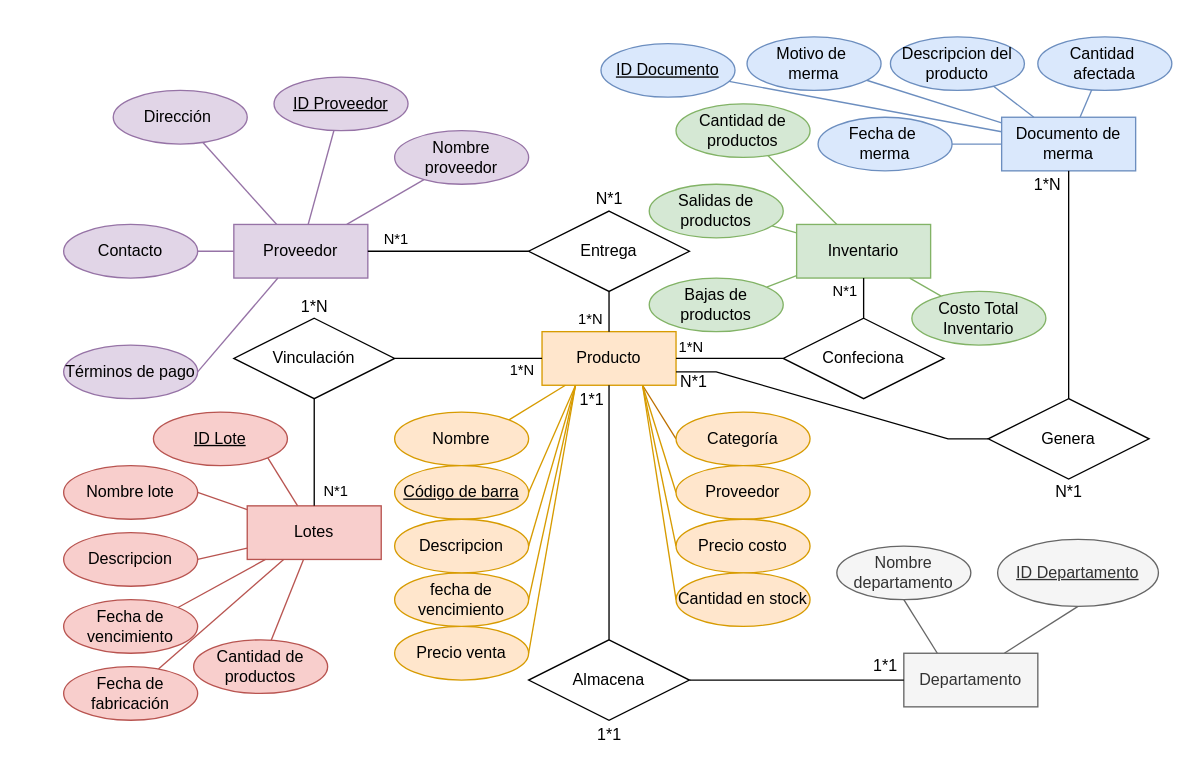
Before: page "Página-3" (2 of 3) of Diagrama de colaboracion.drawio in JotaMont/Evaluacion-2-Front-End, a draw.io diagram. Source tidied: cells renumbered, new cells numbered last; positions are measured from the earlier drawing's top-left corner, leaving out a move shared by most shapes. Both pictures are drawn from the tidied source at 134%, with x=0, y=0 at pixel (63, 36).
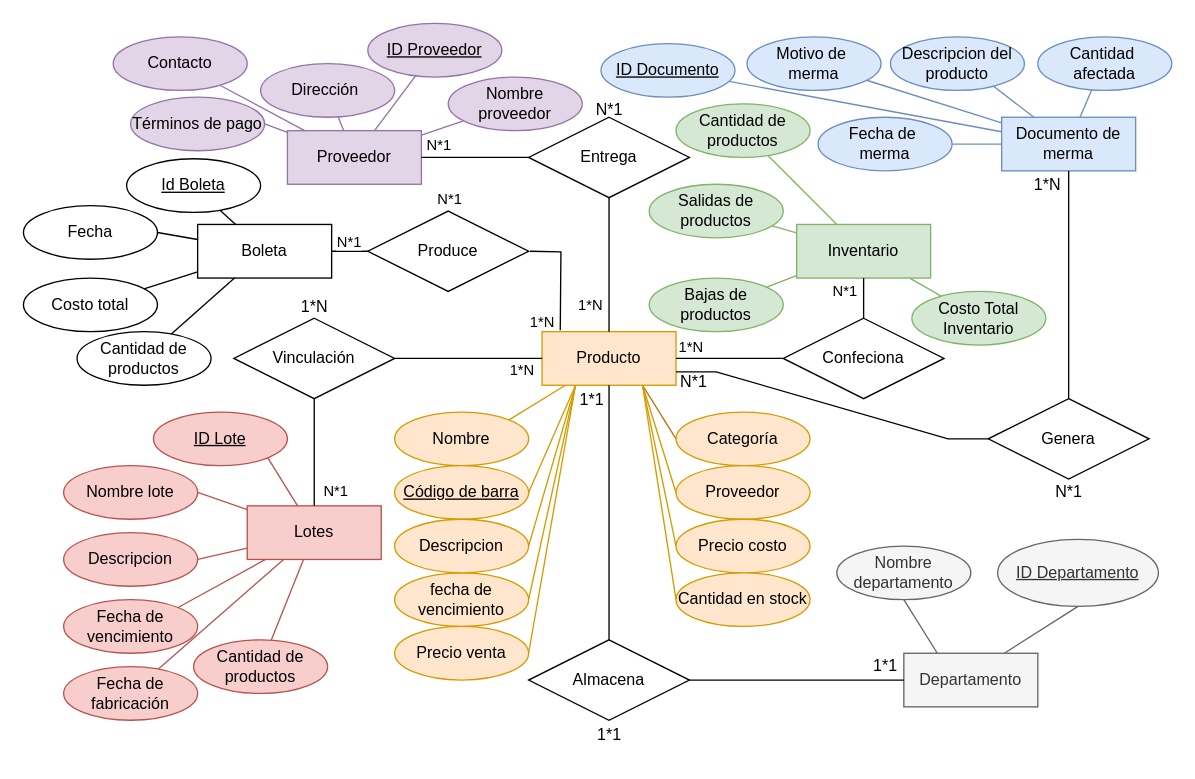
The same diagram, later.

Diff of the diagram source:
```diff
@@
     <mxCell id="2" value="Proveedor" style="whiteSpace=wrap;html=1;align=center;fillColor=#e1d5e7;strokeColor=#9673a6;" parent="1" vertex="1">
-      <mxGeometry x="127" y="140" width="100" height="40" as="geometry" />
+      <mxGeometry x="167" y="70" width="100" height="40" as="geometry" />
     </mxCell>
@@
     <mxCell id="22" value="Nombre proveedor" style="ellipse;whiteSpace=wrap;html=1;align=center;fillColor=#e1d5e7;strokeColor=#9673a6;" parent="1" vertex="1">
-      <mxGeometry x="247" y="70" width="100" height="40" as="geometry" />
+      <mxGeometry x="287" y="30" width="100" height="40" as="geometry" />
     </mxCell>
@@
     <mxCell id="24" value="ID Proveedor" style="ellipse;whiteSpace=wrap;html=1;align=center;fontStyle=4;fillColor=#e1d5e7;strokeColor=#9673a6;" parent="1" vertex="1">
-      <mxGeometry x="157" y="30" width="100" height="40" as="geometry" />
+      <mxGeometry x="227" y="-10" width="100" height="40" as="geometry" />
     </mxCell>
@@
     <mxCell id="26" value="Dirección&amp;nbsp;" style="ellipse;whiteSpace=wrap;html=1;align=center;fillColor=#e1d5e7;strokeColor=#9673a6;" parent="1" vertex="1">
-      <mxGeometry x="37" y="40" width="100" height="40" as="geometry" />
+      <mxGeometry x="147" y="20" width="100" height="40" as="geometry" />
     </mxCell>
@@
     <mxCell id="28" value="Contacto" style="ellipse;whiteSpace=wrap;html=1;align=center;fillColor=#e1d5e7;strokeColor=#9673a6;" parent="1" vertex="1">
-      <mxGeometry y="140" width="100" height="40" as="geometry" />
+      <mxGeometry x="37" width="100" height="40" as="geometry" />
     </mxCell>
@@
     <mxCell id="30" value="Términos de pago" style="ellipse;whiteSpace=wrap;html=1;align=center;fillColor=#e1d5e7;strokeColor=#9673a6;" parent="1" vertex="1">
-      <mxGeometry y="230" width="100" height="40" as="geometry" />
+      <mxGeometry x="50" y="45" width="100" height="40" as="geometry" />
     </mxCell>
@@
     <mxCell id="47" value="Entrega" style="shape=rhombus;perimeter=rhombusPerimeter;whiteSpace=wrap;html=1;align=center;" parent="1" vertex="1">
-      <mxGeometry x="347" y="130" width="120" height="60" as="geometry" />
+      <mxGeometry x="347" y="60" width="120" height="60" as="geometry" />
     </mxCell>
@@
     <mxCell id="71" value="N*1" style="text;html=1;align=center;verticalAlign=middle;strokeColor=none;fillColor=none;" parent="1" vertex="1">
-      <mxGeometry x="387" y="106" width="40" height="30" as="geometry" />
+      <mxGeometry x="387" y="40" width="40" height="30" as="geometry" />
     </mxCell>
@@
+    <mxCell id="100" style="edgeStyle=orthogonalEdgeStyle;rounded=0;jettySize=auto;html=1;exitX=0;exitY=0.5;exitDx=0;exitDy=0;entryX=1;entryY=0.5;entryDx=0;entryDy=0;endArrow=none;endFill=0;" parent="1" edge="1" source="101" target="103">
+      <mxGeometry relative="1" as="geometry" />
+    </mxCell>
+    <mxCell id="101" value="Produce" style="shape=rhombus;perimeter=rhombusPerimeter;whiteSpace=wrap;html=1;align=center;" parent="1" vertex="1">
+      <mxGeometry x="227" y="130" width="120" height="60" as="geometry" />
+    </mxCell>
+    <mxCell id="102" style="edgeStyle=orthogonalEdgeStyle;rounded=0;orthogonalLoop=1;jettySize=auto;html=1;exitX=1;exitY=0.5;exitDx=0;exitDy=0;entryX=0.126;entryY=-0.025;entryDx=0;entryDy=0;entryPerimeter=0;endArrow=none;endFill=0;" parent="1" edge="1">
+      <mxGeometry relative="1" as="geometry">
+        <mxPoint x="348" y="160" as="sourcePoint" />
+        <mxPoint x="370.6" y="219" as="targetPoint" />
+      </mxGeometry>
+    </mxCell>
+    <mxCell id="103" value="Boleta" style="whiteSpace=wrap;html=1;align=center;" parent="1" vertex="1">
+      <mxGeometry x="100" y="140" width="100" height="40" as="geometry" />
+    </mxCell>
+    <mxCell id="104" value="1*N" style="edgeLabel;html=1;align=center;verticalAlign=middle;" parent="1" vertex="1">
+      <mxGeometry x="401" y="200" as="geometry">
+        <mxPoint x="-45" y="12" as="offset" />
+      </mxGeometry>
+    </mxCell>
+    <mxCell id="105" value="N*1" style="edgeLabel;html=1;align=center;verticalAlign=middle;" parent="1" vertex="1">
+      <mxGeometry x="287" y="120" as="geometry" />
+    </mxCell>
+    <mxCell id="106" value="N*1" style="edgeLabel;html=1;align=center;verticalAlign=middle;" parent="1" vertex="1">
+      <mxGeometry x="237" y="360" as="geometry">
+        <mxPoint x="-25" y="-208" as="offset" />
+      </mxGeometry>
+    </mxCell>
+    <mxCell id="107" style="rounded=0;jettySize=auto;html=1;endArrow=none;endFill=0;" parent="1" edge="1" source="108" target="103">
+      <mxGeometry relative="1" as="geometry" />
+    </mxCell>
+    <mxCell id="108" value="Id Boleta" style="ellipse;whiteSpace=wrap;html=1;align=center;fontStyle=4;" parent="1" vertex="1">
+      <mxGeometry x="47" y="91" width="100" height="40" as="geometry" />
+    </mxCell>
+    <mxCell id="109" style="rounded=0;jettySize=auto;html=1;exitX=1;exitY=0.5;exitDx=0;exitDy=0;endArrow=none;endFill=0;" parent="1" edge="1" source="110" target="103">
+      <mxGeometry relative="1" as="geometry" />
+    </mxCell>
+    <mxCell id="110" value="Fecha" style="ellipse;whiteSpace=wrap;html=1;align=center;" parent="1" vertex="1">
+      <mxGeometry x="-30" y="126" width="100" height="40" as="geometry" />
+    </mxCell>
+    <mxCell id="111" style="rounded=0;jettySize=auto;html=1;endArrow=none;endFill=0;" parent="1" edge="1" source="112" target="103">
+      <mxGeometry relative="1" as="geometry" />
+    </mxCell>
+    <mxCell id="112" value="Costo total" style="ellipse;whiteSpace=wrap;html=1;align=center;" parent="1" vertex="1">
+      <mxGeometry x="-30" y="180" width="100" height="40" as="geometry" />
+    </mxCell>
+    <mxCell id="113" style="rounded=0;jettySize=auto;html=1;endArrow=none;endFill=0;" parent="1" edge="1" source="114" target="103">
+      <mxGeometry relative="1" as="geometry" />
+    </mxCell>
+    <mxCell id="114" value="Cantidad de productos" style="ellipse;whiteSpace=wrap;html=1;align=center;" parent="1" vertex="1">
+      <mxGeometry x="10" y="220" width="100" height="40" as="geometry" />
+    </mxCell>
```
